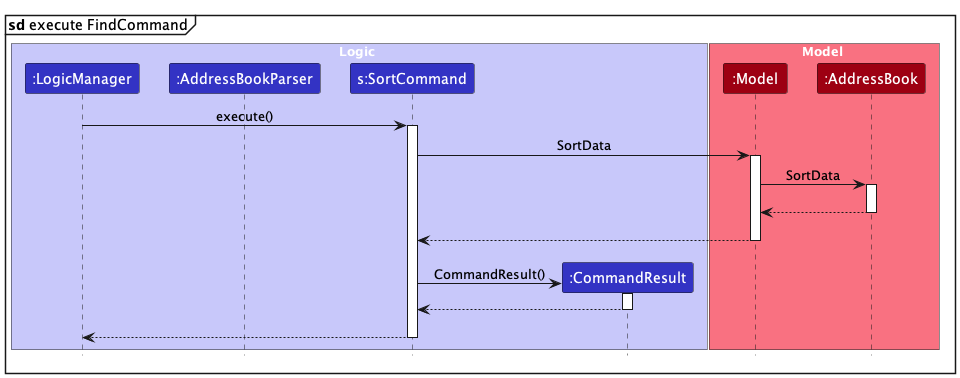
Above: docs/images/SortSequenceDiagram2.png in nus-cs2103-AY2324S1/tp (PlantUML), before the change.
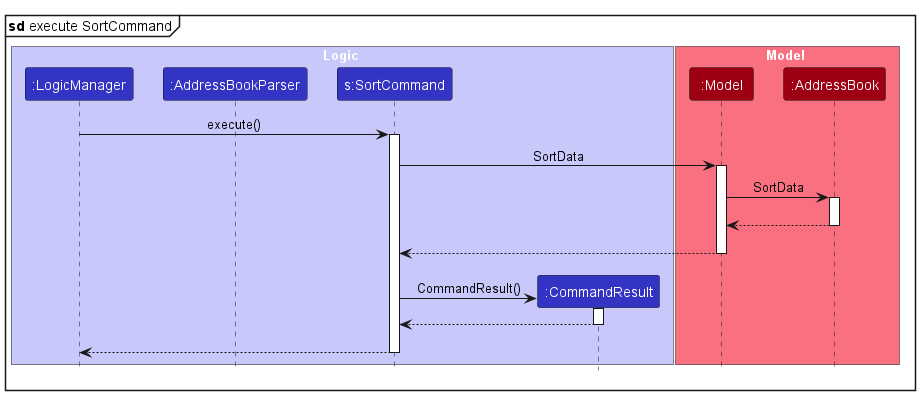
After the commit.

Commit message:
Fix sequence diagrams bugs

Change to the diagram source:
```diff
@@ -1,5 +1,5 @@
 @startuml
-mainframe **sd** execute FindCommand
+mainframe **sd** execute SortCommand
 !include style.puml
 skinparam ArrowFontStyle plain
 
```
